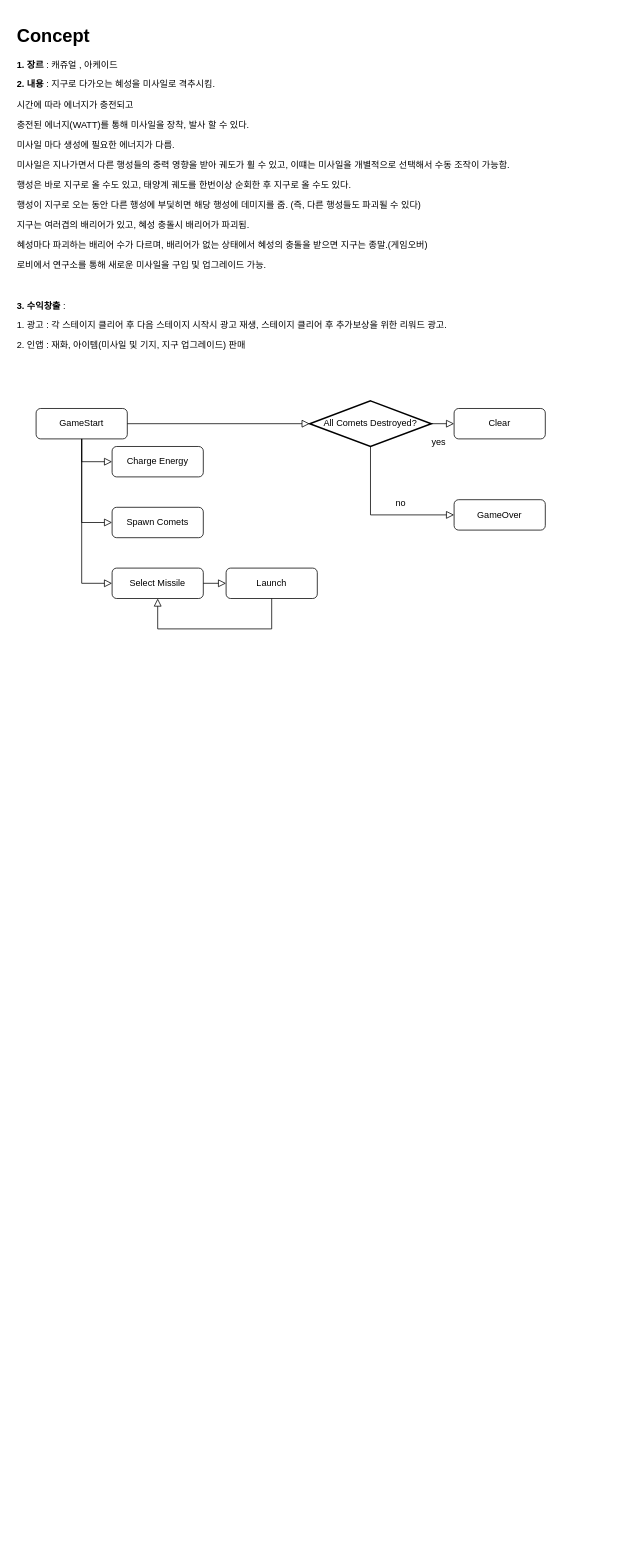
Before: InterceptComet_Concept.drawio in luke-youngmin-cho/InterceptComet, a draw.io diagram. Source tidied: cells renumbered, new cells numbered last; positions are measured from the earlier drawing's top-left corner, leaving out a move shared by most shapes. Both pictures are drawn from the tidied source at 76%, with x=0, y=0 at pixel (13, 21).
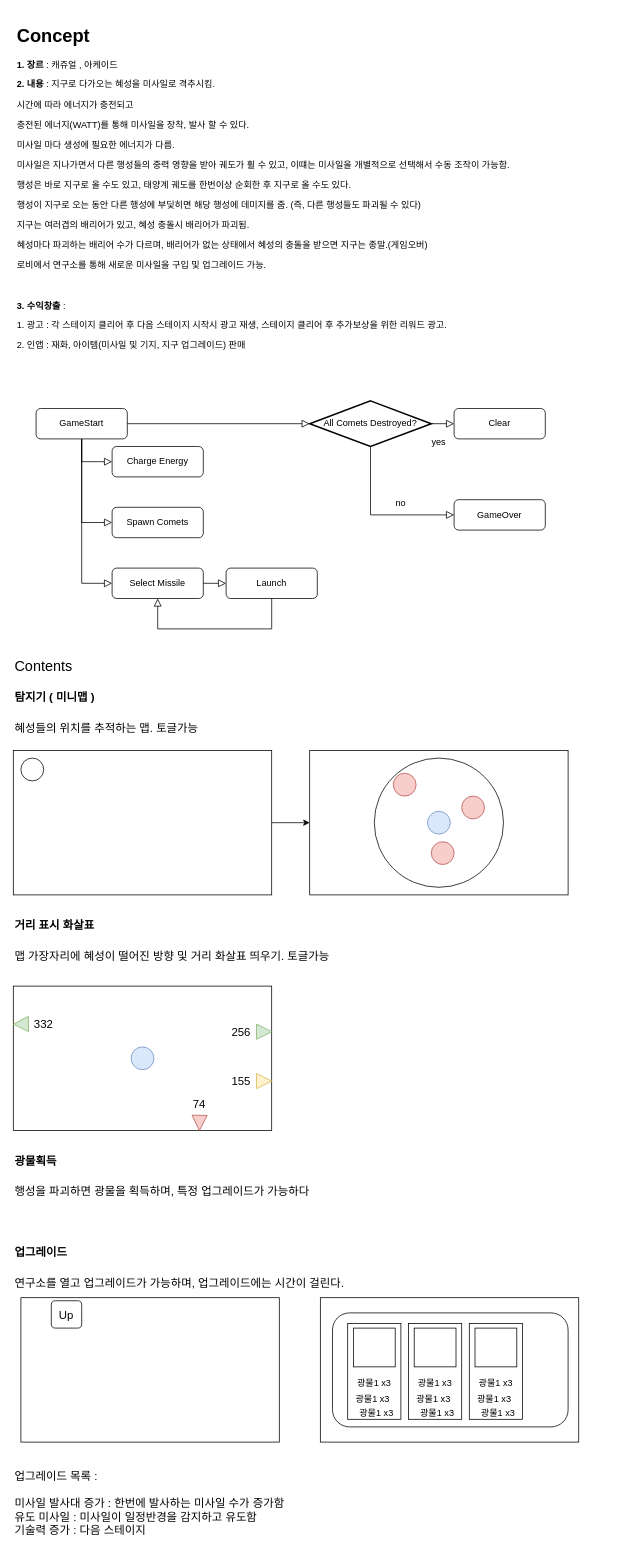
After the change.

The edit, as a diff of the source:
```diff
@@
+    <mxCell id="21" value="Contents" style="text;html=1;strokeColor=none;fillColor=none;align=left;verticalAlign=middle;whiteSpace=wrap;rounded=0;fontSize=19;" parent="1" vertex="1">
+      <mxGeometry y="830" width="280" height="40" as="geometry" />
+    </mxCell>
+    <mxCell id="22" value="탐지기 ( 미니맵 )" style="text;html=1;strokeColor=none;fillColor=none;align=left;verticalAlign=middle;whiteSpace=wrap;rounded=0;fontSize=15;fontStyle=1;" parent="1" vertex="1">
+      <mxGeometry y="870" width="130" height="40" as="geometry" />
+    </mxCell>
+    <mxCell id="23" style="edgeStyle=orthogonalEdgeStyle;rounded=0;jettySize=auto;html=1;fontSize=15;" parent="1" edge="1" source="24" target="27">
+      <mxGeometry relative="1" as="geometry" />
+    </mxCell>
+    <mxCell id="24" style="rounded=0;whiteSpace=wrap;html=1;fontSize=15;" parent="1" vertex="1">
+      <mxGeometry y="960" width="340" height="190" as="geometry" />
+    </mxCell>
+    <mxCell id="25" value="혜성들의 위치를 추적하는 맵. 토글가능" style="text;html=1;strokeColor=none;fillColor=none;align=left;verticalAlign=middle;whiteSpace=wrap;rounded=0;fontSize=15;" parent="1" vertex="1">
+      <mxGeometry y="910" width="340" height="40" as="geometry" />
+    </mxCell>
+    <mxCell id="26" style="ellipse;whiteSpace=wrap;html=1;fontSize=15;" parent="1" vertex="1">
+      <mxGeometry x="10" y="970" width="30" height="30" as="geometry" />
+    </mxCell>
+    <mxCell id="27" style="rounded=0;whiteSpace=wrap;html=1;fontSize=15;" parent="1" vertex="1">
+      <mxGeometry x="390" y="960" width="340" height="190" as="geometry" />
+    </mxCell>
+    <mxCell id="28" style="ellipse;whiteSpace=wrap;html=1;fontSize=15;" parent="1" vertex="1">
+      <mxGeometry x="475" y="970" width="170" height="170" as="geometry" />
+    </mxCell>
+    <mxCell id="29" style="ellipse;whiteSpace=wrap;html=1;fontSize=15;fillColor=#f8cecc;strokeColor=#b85450;" parent="1" vertex="1">
+      <mxGeometry x="500" y="990" width="30" height="30" as="geometry" />
+    </mxCell>
+    <mxCell id="30" style="ellipse;whiteSpace=wrap;html=1;fontSize=15;fillColor=#f8cecc;strokeColor=#b85450;" parent="1" vertex="1">
+      <mxGeometry x="590" y="1020" width="30" height="30" as="geometry" />
+    </mxCell>
+    <mxCell id="31" style="ellipse;whiteSpace=wrap;html=1;fontSize=15;fillColor=#f8cecc;strokeColor=#b85450;" parent="1" vertex="1">
+      <mxGeometry x="550" y="1080" width="30" height="30" as="geometry" />
+    </mxCell>
+    <mxCell id="32" style="ellipse;whiteSpace=wrap;html=1;fontSize=15;fillColor=#dae8fc;strokeColor=#6c8ebf;" parent="1" vertex="1">
+      <mxGeometry x="545" y="1040" width="30" height="30" as="geometry" />
+    </mxCell>
+    <mxCell id="33" value="거리 표시 화살표" style="text;html=1;strokeColor=none;fillColor=none;align=left;verticalAlign=middle;whiteSpace=wrap;rounded=0;fontSize=15;fontStyle=1;" parent="1" vertex="1">
+      <mxGeometry y="1170" width="130" height="40" as="geometry" />
+    </mxCell>
+    <mxCell id="34" value="맵 가장자리에 혜성이 떨어진 방향 및 거리 화살표 띄우기. 토글가능" style="text;html=1;strokeColor=none;fillColor=none;align=left;verticalAlign=middle;whiteSpace=wrap;rounded=0;fontSize=15;" parent="1" vertex="1">
+      <mxGeometry y="1210" width="490" height="40" as="geometry" />
+    </mxCell>
+    <mxCell id="35" style="rounded=0;whiteSpace=wrap;html=1;fontSize=15;" parent="1" vertex="1">
+      <mxGeometry y="1270" width="340" height="190" as="geometry" />
+    </mxCell>
+    <mxCell id="36" style="triangle;whiteSpace=wrap;html=1;fontSize=15;fillColor=#d5e8d4;strokeColor=#82b366;" parent="1" vertex="1">
+      <mxGeometry x="320" y="1320" width="20" height="20" as="geometry" />
+    </mxCell>
+    <mxCell id="37" value="256" style="text;html=1;strokeColor=none;fillColor=none;align=center;verticalAlign=middle;whiteSpace=wrap;rounded=0;fontSize=15;" parent="1" vertex="1">
+      <mxGeometry x="280" y="1315" width="40" height="30" as="geometry" />
+    </mxCell>
+    <mxCell id="38" style="triangle;whiteSpace=wrap;html=1;fontSize=15;fillColor=#fff2cc;strokeColor=#d6b656;" parent="1" vertex="1">
+      <mxGeometry x="320" y="1385" width="20" height="20" as="geometry" />
+    </mxCell>
+    <mxCell id="39" value="155" style="text;html=1;strokeColor=none;fillColor=none;align=center;verticalAlign=middle;whiteSpace=wrap;rounded=0;fontSize=15;" parent="1" vertex="1">
+      <mxGeometry x="280" y="1380" width="40" height="30" as="geometry" />
+    </mxCell>
+    <mxCell id="40" style="triangle;whiteSpace=wrap;html=1;fontSize=15;rotation=91;fillColor=#f8cecc;strokeColor=#b85450;" parent="1" vertex="1">
+      <mxGeometry x="235" y="1440" width="20" height="20" as="geometry" />
+    </mxCell>
+    <mxCell id="41" value="74" style="text;html=1;strokeColor=none;fillColor=none;align=center;verticalAlign=middle;whiteSpace=wrap;rounded=0;fontSize=15;" parent="1" vertex="1">
+      <mxGeometry x="225" y="1410" width="40" height="30" as="geometry" />
+    </mxCell>
+    <mxCell id="42" style="triangle;whiteSpace=wrap;html=1;fontSize=15;rotation=-181;fillColor=#d5e8d4;strokeColor=#82b366;" parent="1" vertex="1">
+      <mxGeometry y="1310" width="20" height="20" as="geometry" />
+    </mxCell>
+    <mxCell id="43" value="332" style="text;html=1;strokeColor=none;fillColor=none;align=center;verticalAlign=middle;whiteSpace=wrap;rounded=0;fontSize=15;" parent="1" vertex="1">
+      <mxGeometry x="20" y="1305" width="40" height="30" as="geometry" />
+    </mxCell>
+    <mxCell id="44" style="ellipse;whiteSpace=wrap;html=1;fontSize=15;fillColor=#dae8fc;strokeColor=#6c8ebf;" parent="1" vertex="1">
+      <mxGeometry x="155" y="1350" width="30" height="30" as="geometry" />
+    </mxCell>
+    <mxCell id="45" value="광물획득" style="text;html=1;strokeColor=none;fillColor=none;align=left;verticalAlign=middle;whiteSpace=wrap;rounded=0;fontSize=15;fontStyle=1;" parent="1" vertex="1">
+      <mxGeometry y="1480" width="130" height="40" as="geometry" />
+    </mxCell>
+    <mxCell id="46" value="행성을 파괴하면 광물을 획득하며, 특정 업그레이드가 가능하다" style="text;html=1;strokeColor=none;fillColor=none;align=left;verticalAlign=middle;whiteSpace=wrap;rounded=0;fontSize=15;" parent="1" vertex="1">
+      <mxGeometry y="1520" width="490" height="40" as="geometry" />
+    </mxCell>
+    <mxCell id="47" value="업그레이드" style="text;html=1;strokeColor=none;fillColor=none;align=left;verticalAlign=middle;whiteSpace=wrap;rounded=0;fontSize=15;fontStyle=1;" parent="1" vertex="1">
+      <mxGeometry y="1600" width="130" height="40" as="geometry" />
+    </mxCell>
+    <mxCell id="48" value="연구소를 열고 업그레이드가 가능하며, 업그레이드에는 시간이 걸린다." style="text;html=1;strokeColor=none;fillColor=none;align=left;verticalAlign=middle;whiteSpace=wrap;rounded=0;fontSize=15;" parent="1" vertex="1">
+      <mxGeometry y="1640" width="490" height="40" as="geometry" />
+    </mxCell>
+    <mxCell id="49" style="rounded=0;whiteSpace=wrap;html=1;fontSize=15;" parent="1" vertex="1">
+      <mxGeometry x="10" y="1680" width="340" height="190" as="geometry" />
+    </mxCell>
+    <mxCell id="50" value="Up" style="rounded=1;whiteSpace=wrap;html=1;fontSize=15;" parent="1" vertex="1">
+      <mxGeometry x="50" y="1684" width="40" height="36" as="geometry" />
+    </mxCell>
+    <mxCell id="51" style="rounded=0;whiteSpace=wrap;html=1;fontSize=15;" parent="1" vertex="1">
+      <mxGeometry x="404" y="1680" width="340" height="190" as="geometry" />
+    </mxCell>
+    <mxCell id="52" style="rounded=1;whiteSpace=wrap;html=1;fontSize=15;" parent="1" vertex="1">
+      <mxGeometry x="420" y="1700" width="310" height="150" as="geometry" />
+    </mxCell>
+    <mxCell id="53" style="rounded=0;whiteSpace=wrap;html=1;fontSize=15;" parent="1" vertex="1">
+      <mxGeometry x="440" y="1714" width="70" height="126" as="geometry" />
+    </mxCell>
+    <mxCell id="54" style="rounded=0;whiteSpace=wrap;html=1;fontSize=15;" parent="1" vertex="1">
+      <mxGeometry x="447.5" y="1720" width="55" height="51" as="geometry" />
+    </mxCell>
+    <mxCell id="55" value="&lt;font style=&quot;font-size: 12px;&quot;&gt;광물1 x3&lt;/font&gt;" style="text;html=1;strokeColor=none;fillColor=none;align=center;verticalAlign=middle;whiteSpace=wrap;rounded=0;fontSize=15;" parent="1" vertex="1">
+      <mxGeometry x="445" y="1780" width="60" height="21" as="geometry" />
+    </mxCell>
+    <mxCell id="56" value="&lt;font style=&quot;font-size: 12px;&quot;&gt;광물1 x3&lt;/font&gt;" style="text;html=1;strokeColor=none;fillColor=none;align=center;verticalAlign=middle;whiteSpace=wrap;rounded=0;fontSize=15;" parent="1" vertex="1">
+      <mxGeometry x="442.5" y="1801" width="60" height="21" as="geometry" />
+    </mxCell>
+    <mxCell id="57" value="&lt;font style=&quot;font-size: 12px;&quot;&gt;광물1 x3&lt;/font&gt;" style="text;html=1;strokeColor=none;fillColor=none;align=center;verticalAlign=middle;whiteSpace=wrap;rounded=0;fontSize=15;" parent="1" vertex="1">
+      <mxGeometry x="447.5" y="1819" width="60" height="21" as="geometry" />
+    </mxCell>
+    <mxCell id="58" style="rounded=0;whiteSpace=wrap;html=1;fontSize=15;" parent="1" vertex="1">
+      <mxGeometry x="520" y="1714" width="70" height="126" as="geometry" />
+    </mxCell>
+    <mxCell id="59" style="rounded=0;whiteSpace=wrap;html=1;fontSize=15;" parent="1" vertex="1">
+      <mxGeometry x="527.5" y="1720" width="55" height="51" as="geometry" />
+    </mxCell>
+    <mxCell id="60" value="&lt;font style=&quot;font-size: 12px;&quot;&gt;광물1 x3&lt;/font&gt;" style="text;html=1;strokeColor=none;fillColor=none;align=center;verticalAlign=middle;whiteSpace=wrap;rounded=0;fontSize=15;" parent="1" vertex="1">
+      <mxGeometry x="525" y="1780" width="60" height="21" as="geometry" />
+    </mxCell>
+    <mxCell id="61" value="&lt;font style=&quot;font-size: 12px;&quot;&gt;광물1 x3&lt;/font&gt;" style="text;html=1;strokeColor=none;fillColor=none;align=center;verticalAlign=middle;whiteSpace=wrap;rounded=0;fontSize=15;" parent="1" vertex="1">
+      <mxGeometry x="522.5" y="1801" width="60" height="21" as="geometry" />
+    </mxCell>
+    <mxCell id="62" value="&lt;font style=&quot;font-size: 12px;&quot;&gt;광물1 x3&lt;/font&gt;" style="text;html=1;strokeColor=none;fillColor=none;align=center;verticalAlign=middle;whiteSpace=wrap;rounded=0;fontSize=15;" parent="1" vertex="1">
+      <mxGeometry x="527.5" y="1819" width="60" height="21" as="geometry" />
+    </mxCell>
+    <mxCell id="63" style="rounded=0;whiteSpace=wrap;html=1;fontSize=15;" parent="1" vertex="1">
+      <mxGeometry x="600" y="1714" width="70" height="126" as="geometry" />
+    </mxCell>
+    <mxCell id="64" style="rounded=0;whiteSpace=wrap;html=1;fontSize=15;" parent="1" vertex="1">
+      <mxGeometry x="607.5" y="1720" width="55" height="51" as="geometry" />
+    </mxCell>
+    <mxCell id="65" value="&lt;font style=&quot;font-size: 12px;&quot;&gt;광물1 x3&lt;/font&gt;" style="text;html=1;strokeColor=none;fillColor=none;align=center;verticalAlign=middle;whiteSpace=wrap;rounded=0;fontSize=15;" parent="1" vertex="1">
+      <mxGeometry x="605" y="1780" width="60" height="21" as="geometry" />
+    </mxCell>
+    <mxCell id="66" value="&lt;font style=&quot;font-size: 12px;&quot;&gt;광물1 x3&lt;/font&gt;" style="text;html=1;strokeColor=none;fillColor=none;align=center;verticalAlign=middle;whiteSpace=wrap;rounded=0;fontSize=15;" parent="1" vertex="1">
+      <mxGeometry x="602.5" y="1801" width="60" height="21" as="geometry" />
+    </mxCell>
+    <mxCell id="67" value="&lt;font style=&quot;font-size: 12px;&quot;&gt;광물1 x3&lt;/font&gt;" style="text;html=1;strokeColor=none;fillColor=none;align=center;verticalAlign=middle;whiteSpace=wrap;rounded=0;fontSize=15;" parent="1" vertex="1">
+      <mxGeometry x="607.5" y="1819" width="60" height="21" as="geometry" />
+    </mxCell>
+    <mxCell id="68" value="업그레이드 목록 :&lt;br&gt;&lt;br&gt;미사일 발사대 증가 : 한번에 발사하는 미사일 수가 증가함&lt;br&gt;유도 미사일 : 미사일이 일정반경을 감지하고 유도함&amp;nbsp;&lt;br&gt;기술력 증가 : 다음 스테이지&amp;nbsp;" style="text;html=1;strokeColor=none;fillColor=none;align=left;verticalAlign=middle;whiteSpace=wrap;rounded=0;fontSize=15;" parent="1" vertex="1">
+      <mxGeometry y="1890" width="760" height="120" as="geometry" />
+    </mxCell>
```
